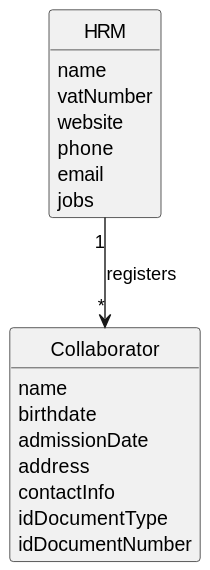
diogoveirospro/lei-24-s2-1dg-g072 keeps this PlantUML diagram as docs/sprintA/us003/02.analysis/svg/us003-domain-model.svg. Above is the earlier version.
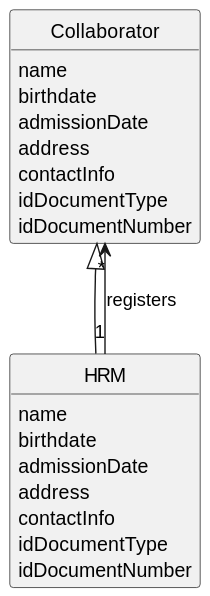
The same file after the commit.

Change to the diagram source:
```diff
@@ -20,12 +20,14 @@
 
 class HRM {
     name
-    vatNumber
-    website
-    phone
-    email
-    jobs
+    birthdate
+    admissionDate
+    address
+    contactInfo
+    idDocumentType
+    idDocumentNumber
 }
 
 HRM "1" --> "*" Collaborator : registers
+Collaborator <|-- HRM
 @enduml
```
